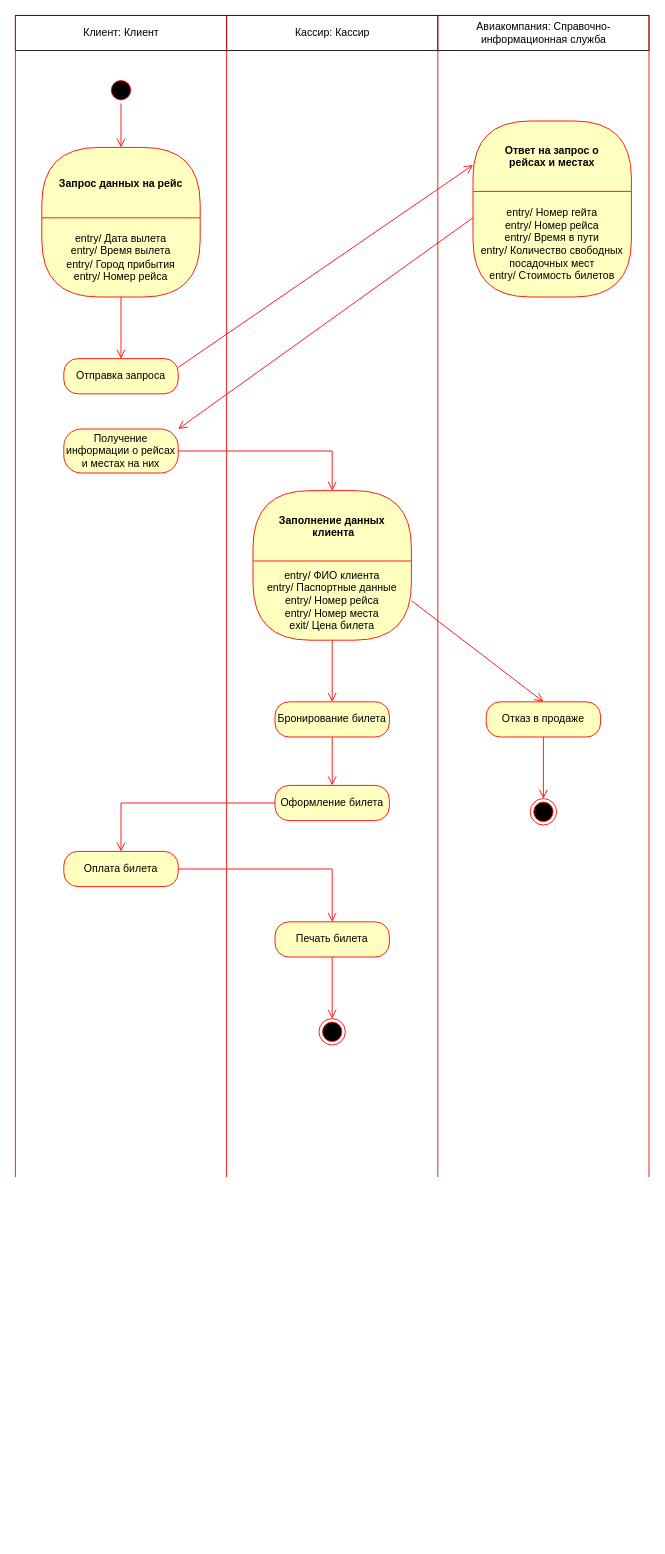
Above: page "Бд 6(не готово)" (17 of 21) of IKBO-11-20_Kuzin.drawio in Rattokun/ModelRep (draw.io), before the change. Source tidied: cells renumbered, new cells numbered last; positions are measured from the earlier drawing's top-left corner, leaving out a move shared by most shapes. Both pictures are drawn from the tidied source at 88%, with x=0, y=0 at pixel (15, 15).
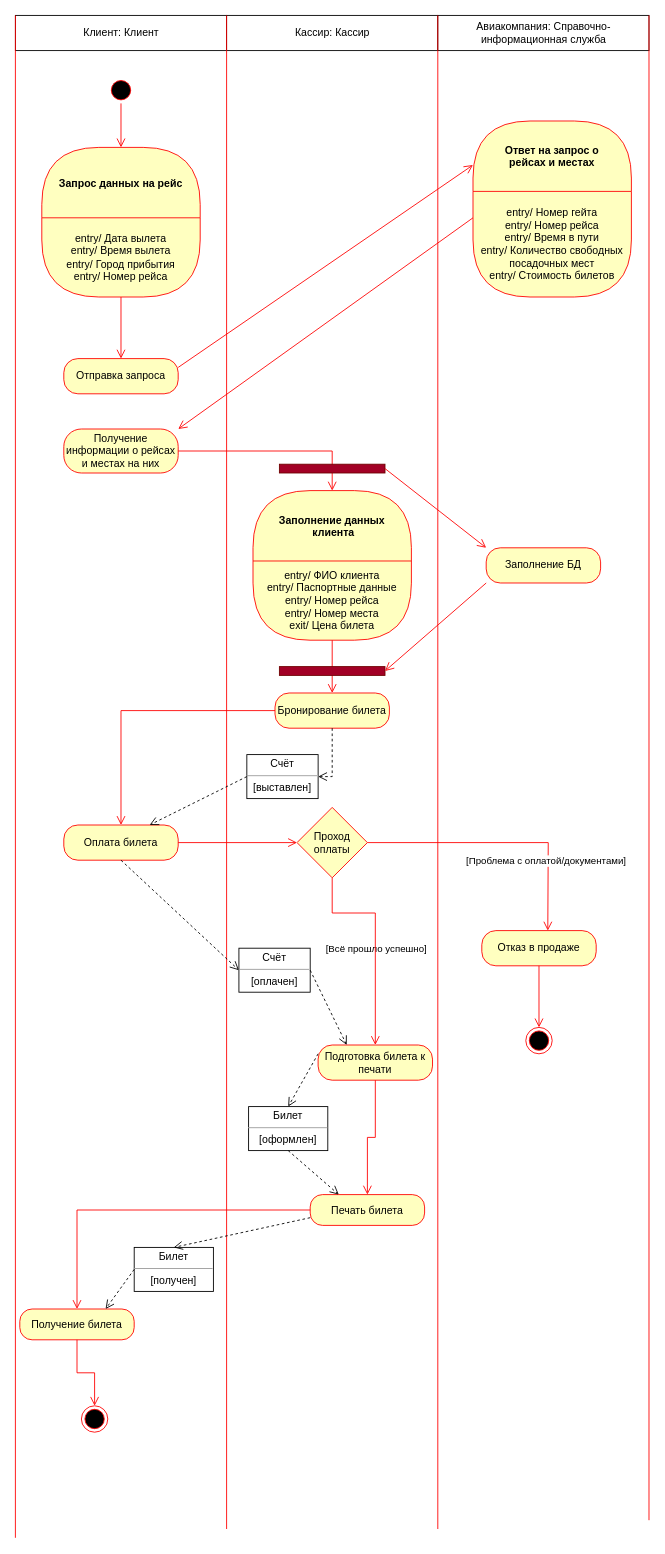
The same page after the edit.

Unchanged cells that the change refers to:
```xml
<mxCell id="18" value="entry/ ФИО клиента&lt;br&gt;entry/ Паспортные данные&lt;br&gt;entry/ Номер рейса&lt;br&gt;entry/ Номер места&lt;br&gt;exit/ Цена билета" style="text;html=1;strokeColor=none;fillColor=none;align=center;verticalAlign=middle;spacingLeft=4;spacingRight=4;whiteSpace=wrap;overflow=hidden;fontColor=#000000;" parent="17" vertex="1">
  <mxGeometry y="80" width="180" height="90" as="geometry" />
</mxCell>
<mxCell id="30" style="html=1;verticalAlign=bottom;endArrow=open;endSize=8;strokeColor=#ff0000;rounded=0;entryX=0.5;entryY=0;entryDx=0;entryDy=0;exitX=0.5;exitY=1;exitDx=0;exitDy=0;" parent="1" edge="1" source="18" target="19">
  <mxGeometry relative="1" as="geometry" />
</mxCell>
```

Change to the diagram source:
```diff
@@
     <mxCell id="5" style="endArrow=none;html=1;rounded=0;strokeColor=#FF0000;" parent="1" edge="1">
       <mxGeometry relative="1" as="geometry">
-        <mxPoint x="720" y="1320" as="sourcePoint" />
+        <mxPoint x="720" y="1710" as="sourcePoint" />
         <mxPoint x="720" as="targetPoint" />
       </mxGeometry>
     </mxCell>
     <mxCell id="6" style="endArrow=none;html=1;rounded=0;strokeColor=#FF0000;" parent="1" edge="1">
       <mxGeometry relative="1" as="geometry">
-        <mxPoint x="480" y="1320" as="sourcePoint" />
+        <mxPoint x="480" y="1720" as="sourcePoint" />
         <mxPoint x="480" as="targetPoint" />
       </mxGeometry>
     </mxCell>
     <mxCell id="7" style="endArrow=none;html=1;rounded=0;strokeColor=#FF0000;" parent="1" edge="1">
       <mxGeometry relative="1" as="geometry">
-        <mxPoint y="1320" as="sourcePoint" />
+        <mxPoint y="1730" as="sourcePoint" />
         <mxPoint as="targetPoint" />
       </mxGeometry>
     </mxCell>
     <mxCell id="8" style="endArrow=none;html=1;rounded=0;strokeColor=#FF0000;" parent="1" edge="1">
       <mxGeometry relative="1" as="geometry">
-        <mxPoint x="240" y="1320" as="sourcePoint" />
+        <mxPoint x="240" y="1720" as="sourcePoint" />
         <mxPoint x="240" as="targetPoint" />
       </mxGeometry>
     </mxCell>
@@
     <mxCell id="19" value="Бронирование билета" style="rounded=1;whiteSpace=wrap;html=1;arcSize=40;fontColor=#000000;fillColor=#ffffc0;strokeColor=#ff0000;" parent="1" vertex="1">
-      <mxGeometry x="295" y="780" width="130" height="40" as="geometry" />
+      <mxGeometry x="295" y="770" width="130" height="40" as="geometry" />
     </mxCell>
-    <mxCell id="20" value="Оформление билета" style="rounded=1;whiteSpace=wrap;html=1;arcSize=40;fontColor=#000000;fillColor=#ffffc0;strokeColor=#ff0000;" parent="1" vertex="1">
-      <mxGeometry x="295" y="875" width="130" height="40" as="geometry" />
+    <mxCell id="20" value="Подготовка билета к печати" style="rounded=1;whiteSpace=wrap;html=1;arcSize=40;fontColor=#000000;fillColor=#ffffc0;strokeColor=#ff0000;" parent="1" vertex="1">
+      <mxGeometry x="344" y="1170" width="130" height="40" as="geometry" />
     </mxCell>
     <mxCell id="21" value="Оплата билета" style="rounded=1;whiteSpace=wrap;html=1;arcSize=40;fontColor=#000000;fillColor=#ffffc0;strokeColor=#ff0000;" parent="1" vertex="1">
-      <mxGeometry x="55" y="950" width="130" height="40" as="geometry" />
+      <mxGeometry x="55" y="920" width="130" height="40" as="geometry" />
     </mxCell>
     <mxCell id="22" value="Печать билета" style="rounded=1;whiteSpace=wrap;html=1;arcSize=40;fontColor=#000000;fillColor=#ffffc0;strokeColor=#ff0000;" parent="1" vertex="1">
-      <mxGeometry x="295" y="1030" width="130" height="40" as="geometry" />
+      <mxGeometry x="335" y="1340" width="130" height="35" as="geometry" />
     </mxCell>
     <mxCell id="23" value="Отказ в продаже" style="rounded=1;whiteSpace=wrap;html=1;arcSize=40;fontColor=#000000;fillColor=#ffffc0;strokeColor=#ff0000;" parent="1" vertex="1">
-      <mxGeometry x="535" y="780" width="130" height="40" as="geometry" />
+      <mxGeometry x="530" y="1040" width="130" height="40" as="geometry" />
     </mxCell>
     <mxCell id="24" style="ellipse;html=1;shape=endState;fillColor=#000000;strokeColor=#ff0000;" parent="1" vertex="1">
-      <mxGeometry x="345" y="1140" width="30" height="30" as="geometry" />
+      <mxGeometry x="75" y="1580" width="30" height="30" as="geometry" />
     </mxCell>
     <mxCell id="25" style="ellipse;html=1;shape=endState;fillColor=#000000;strokeColor=#ff0000;" parent="1" vertex="1">
-      <mxGeometry x="585" y="890" width="30" height="30" as="geometry" />
+      <mxGeometry x="580" y="1150" width="30" height="30" as="geometry" />
     </mxCell>
@@
+    <mxCell id="37" value="[Всё прошло успешно]" style="edgeLabel;html=1;align=center;verticalAlign=middle;" parent="30" vertex="1">
+      <mxGeometry x="0.73" y="-2" relative="1" as="geometry">
+        <mxPoint x="51" y="298" as="offset" />
+      </mxGeometry>
+    </mxCell>
-    <mxCell id="31" style="html=1;verticalAlign=bottom;endArrow=open;endSize=8;strokeColor=#ff0000;rounded=0;entryX=0.5;entryY=0;entryDx=0;entryDy=0;exitX=1;exitY=0.5;exitDx=0;exitDy=0;" parent="1" edge="1" source="18" target="23">
-      <mxGeometry relative="1" as="geometry" />
+    <mxCell id="31" style="html=1;verticalAlign=bottom;endArrow=open;endSize=8;strokeColor=#ff0000;rounded=0;entryX=0.5;entryY=0;entryDx=0;entryDy=0;exitX=1;exitY=0.5;exitDx=0;exitDy=0;edgeStyle=orthogonalEdgeStyle;" parent="1" edge="1" source="45">
+      <mxGeometry relative="1" as="geometry">
+        <mxPoint x="605" y="1040" as="targetPoint" />
+      </mxGeometry>
     </mxCell>
+    <mxCell id="38" value="[Проблема с оплатой/документами]" style="edgeLabel;html=1;align=center;verticalAlign=middle;" parent="31" vertex="1">
+      <mxGeometry x="-0.14" relative="1" as="geometry">
+        <mxPoint x="71" y="20" as="offset" />
+      </mxGeometry>
+    </mxCell>
@@
-    <mxCell id="33" style="html=1;verticalAlign=bottom;endArrow=open;endSize=8;strokeColor=#ff0000;rounded=0;entryX=0.5;entryY=0;entryDx=0;entryDy=0;exitX=0.5;exitY=1;exitDx=0;exitDy=0;" parent="1" edge="1" source="19" target="20">
-      <mxGeometry relative="1" as="geometry" />
+    <mxCell id="33" style="html=1;verticalAlign=bottom;endArrow=open;endSize=8;strokeColor=#ff0000;rounded=0;entryX=0.5;entryY=0;entryDx=0;entryDy=0;exitX=0.5;exitY=1;exitDx=0;exitDy=0;startArrow=none;edgeStyle=orthogonalEdgeStyle;" parent="1" edge="1" source="45" target="20">
+      <mxGeometry relative="1" as="geometry">
+        <Array as="points">
+          <mxPoint x="409" y="1020" />
+        </Array>
+      </mxGeometry>
     </mxCell>
-    <mxCell id="34" style="html=1;verticalAlign=bottom;endArrow=open;endSize=8;strokeColor=#ff0000;rounded=0;entryX=0.5;entryY=0;entryDx=0;entryDy=0;exitX=0;exitY=0.5;exitDx=0;exitDy=0;edgeStyle=orthogonalEdgeStyle;" parent="1" edge="1" source="20" target="21">
-      <mxGeometry relative="1" as="geometry" />
-    </mxCell>
-    <mxCell id="35" style="html=1;verticalAlign=bottom;endArrow=open;endSize=8;strokeColor=#ff0000;rounded=0;entryX=0.5;entryY=0;entryDx=0;entryDy=0;exitX=1;exitY=0.5;exitDx=0;exitDy=0;edgeStyle=orthogonalEdgeStyle;" parent="1" edge="1" source="21" target="22">
+    <mxCell id="35" style="html=1;verticalAlign=bottom;endArrow=open;endSize=8;strokeColor=#ff0000;rounded=0;entryX=0.5;entryY=0;entryDx=0;entryDy=0;edgeStyle=orthogonalEdgeStyle;" parent="1" edge="1" source="20" target="22">
       <mxGeometry relative="1" as="geometry" />
     </mxCell>
-    <mxCell id="36" style="html=1;verticalAlign=bottom;endArrow=open;endSize=8;strokeColor=#ff0000;rounded=0;entryX=0.5;entryY=0;entryDx=0;entryDy=0;exitX=0.5;exitY=1;exitDx=0;exitDy=0;" parent="1" edge="1" source="22" target="24">
+    <mxCell id="36" style="html=1;verticalAlign=bottom;endArrow=open;endSize=8;strokeColor=#ff0000;rounded=0;entryX=0.5;entryY=0;entryDx=0;entryDy=0;exitX=0;exitY=0.5;exitDx=0;exitDy=0;edgeStyle=orthogonalEdgeStyle;" parent="1" edge="1" source="22" target="56">
       <mxGeometry relative="1" as="geometry" />
     </mxCell>
+    <mxCell id="39" style="rounded=0;whiteSpace=wrap;html=1;fillColor=#a20025;fontColor=#ffffff;strokeColor=#6F0000;" parent="1" vertex="1">
+      <mxGeometry x="300" y="510" width="120" height="10" as="geometry" />
+    </mxCell>
+    <mxCell id="40" style="rounded=0;whiteSpace=wrap;html=1;fillColor=#a20025;fontColor=#ffffff;strokeColor=#6F0000;" parent="1" vertex="1">
+      <mxGeometry x="300" y="740" width="120" height="10" as="geometry" />
+    </mxCell>
+    <mxCell id="41" value="Заполнение БД" style="rounded=1;whiteSpace=wrap;html=1;arcSize=40;fontColor=#000000;fillColor=#ffffc0;strokeColor=#ff0000;" parent="1" vertex="1">
+      <mxGeometry x="535" y="605" width="130" height="40" as="geometry" />
+    </mxCell>
+    <mxCell id="42" style="html=1;verticalAlign=bottom;endArrow=open;endSize=8;strokeColor=#ff0000;rounded=0;entryX=0;entryY=0;entryDx=0;entryDy=0;exitX=1;exitY=0.5;exitDx=0;exitDy=0;" parent="1" edge="1" source="39" target="41">
+      <mxGeometry relative="1" as="geometry" />
+    </mxCell>
+    <mxCell id="43" style="html=1;verticalAlign=bottom;endArrow=open;endSize=8;strokeColor=#ff0000;rounded=0;entryX=1;entryY=0.5;entryDx=0;entryDy=0;exitX=0;exitY=1;exitDx=0;exitDy=0;" parent="1" edge="1" source="41" target="40">
+      <mxGeometry relative="1" as="geometry" />
+    </mxCell>
+    <mxCell id="44" value="&lt;p style=&quot;margin:0px;margin-top:4px;text-align:center;&quot;&gt;Билет&lt;/p&gt;&lt;hr size=&quot;1&quot;&gt;&lt;div style=&quot;text-align: center; height: 2px;&quot;&gt;[оформлен]&lt;/div&gt;" style="verticalAlign=top;align=left;overflow=fill;fontSize=12;fontFamily=Helvetica;html=1;" parent="1" vertex="1">
+      <mxGeometry x="265" y="1240" width="90" height="50" as="geometry" />
+    </mxCell>
+    <mxCell id="45" value="Проход&lt;br&gt;оплаты" style="rhombus;whiteSpace=wrap;html=1;fillColor=#ffffc0;strokeColor=#ff0000;" parent="1" vertex="1">
+      <mxGeometry x="320" y="900" width="80" height="80" as="geometry" />
+    </mxCell>
+    <mxCell id="46" style="html=1;verticalAlign=bottom;endArrow=open;endSize=8;strokeColor=#ff0000;rounded=0;entryX=0.5;entryY=0;entryDx=0;entryDy=0;exitX=0;exitY=0.5;exitDx=0;exitDy=0;edgeStyle=orthogonalEdgeStyle;" parent="1" edge="1" source="19" target="21">
+      <mxGeometry relative="1" as="geometry" />
+    </mxCell>
+    <mxCell id="47" style="html=1;verticalAlign=bottom;endArrow=open;endSize=8;strokeColor=#ff0000;rounded=0;entryX=0;entryY=0.5;entryDx=0;entryDy=0;exitX=1;exitY=0.5;exitDx=0;exitDy=0;edgeStyle=orthogonalEdgeStyle;" parent="1" edge="1" source="21" target="45">
+      <mxGeometry relative="1" as="geometry" />
+    </mxCell>
+    <mxCell id="48" value="&lt;p style=&quot;margin:0px;margin-top:4px;text-align:center;&quot;&gt;Счёт&lt;/p&gt;&lt;hr size=&quot;1&quot;&gt;&lt;div style=&quot;text-align: center; height: 2px;&quot;&gt;[оплачен]&lt;/div&gt;" style="verticalAlign=top;align=left;overflow=fill;fontSize=12;fontFamily=Helvetica;html=1;" parent="1" vertex="1">
+      <mxGeometry x="254" y="1060" width="81" height="50" as="geometry" />
+    </mxCell>
+    <mxCell id="49" style="html=1;verticalAlign=bottom;endArrow=open;dashed=1;endSize=8;rounded=0;exitX=0;exitY=0.25;exitDx=0;exitDy=0;entryX=0.5;entryY=0;entryDx=0;entryDy=0;" parent="1" edge="1" source="20" target="44">
+      <mxGeometry relative="1" as="geometry" />
+    </mxCell>
+    <mxCell id="50" style="html=1;verticalAlign=bottom;endArrow=open;dashed=1;endSize=8;rounded=0;exitX=0.5;exitY=1;exitDx=0;exitDy=0;entryX=0.25;entryY=0;entryDx=0;entryDy=0;" parent="1" edge="1" source="44" target="22">
+      <mxGeometry relative="1" as="geometry" />
+    </mxCell>
+    <mxCell id="51" style="html=1;verticalAlign=bottom;endArrow=open;dashed=1;endSize=8;rounded=0;exitX=0.5;exitY=1;exitDx=0;exitDy=0;entryX=0;entryY=0.5;entryDx=0;entryDy=0;" parent="1" edge="1" source="21" target="48">
+      <mxGeometry relative="1" as="geometry" />
+    </mxCell>
+    <mxCell id="52" style="html=1;verticalAlign=bottom;endArrow=open;dashed=1;endSize=8;rounded=0;exitX=1;exitY=0.5;exitDx=0;exitDy=0;entryX=0.25;entryY=0;entryDx=0;entryDy=0;" parent="1" edge="1" source="48" target="20">
+      <mxGeometry relative="1" as="geometry" />
+    </mxCell>
+    <mxCell id="53" value="&lt;p style=&quot;margin:0px;margin-top:4px;text-align:center;&quot;&gt;Счёт&lt;/p&gt;&lt;hr size=&quot;1&quot;&gt;&lt;div style=&quot;text-align: center; height: 2px;&quot;&gt;[выставлен]&lt;/div&gt;" style="verticalAlign=top;align=left;overflow=fill;fontSize=12;fontFamily=Helvetica;html=1;" parent="1" vertex="1">
+      <mxGeometry x="263" y="840" width="81" height="50" as="geometry" />
+    </mxCell>
+    <mxCell id="54" style="html=1;verticalAlign=bottom;endArrow=open;dashed=1;endSize=8;rounded=0;exitX=0.5;exitY=1;exitDx=0;exitDy=0;entryX=1;entryY=0.5;entryDx=0;entryDy=0;edgeStyle=orthogonalEdgeStyle;" parent="1" edge="1" source="19" target="53">
+      <mxGeometry relative="1" as="geometry" />
+    </mxCell>
+    <mxCell id="55" style="html=1;verticalAlign=bottom;endArrow=open;dashed=1;endSize=8;rounded=0;entryX=0.75;entryY=0;entryDx=0;entryDy=0;exitX=0;exitY=0.5;exitDx=0;exitDy=0;" parent="1" edge="1" source="53" target="21">
+      <mxGeometry relative="1" as="geometry" />
+    </mxCell>
+    <mxCell id="56" value="Получение билета" style="rounded=1;whiteSpace=wrap;html=1;arcSize=40;fontColor=#000000;fillColor=#ffffc0;strokeColor=#ff0000;" parent="1" vertex="1">
+      <mxGeometry x="5" y="1470" width="130" height="35" as="geometry" />
+    </mxCell>
+    <mxCell id="57" value="&lt;p style=&quot;margin:0px;margin-top:4px;text-align:center;&quot;&gt;Билет&lt;/p&gt;&lt;hr size=&quot;1&quot;&gt;&lt;div style=&quot;text-align: center; height: 2px;&quot;&gt;[получен]&lt;/div&gt;" style="verticalAlign=top;align=left;overflow=fill;fontSize=12;fontFamily=Helvetica;html=1;" parent="1" vertex="1">
+      <mxGeometry x="135" y="1400" width="90" height="50" as="geometry" />
+    </mxCell>
+    <mxCell id="58" style="html=1;verticalAlign=bottom;endArrow=open;dashed=1;endSize=8;rounded=0;exitX=0;exitY=0.75;exitDx=0;exitDy=0;entryX=0.5;entryY=0;entryDx=0;entryDy=0;" parent="1" edge="1" source="22" target="57">
+      <mxGeometry relative="1" as="geometry" />
+    </mxCell>
+    <mxCell id="59" style="html=1;verticalAlign=bottom;endArrow=open;dashed=1;endSize=8;rounded=0;exitX=0;exitY=0.5;exitDx=0;exitDy=0;entryX=0.75;entryY=0;entryDx=0;entryDy=0;" parent="1" edge="1" source="57" target="56">
+      <mxGeometry relative="1" as="geometry" />
+    </mxCell>
+    <mxCell id="60" style="html=1;verticalAlign=bottom;endArrow=open;endSize=8;strokeColor=#ff0000;rounded=0;entryX=0.5;entryY=0;entryDx=0;entryDy=0;edgeStyle=orthogonalEdgeStyle;exitX=0.5;exitY=1;exitDx=0;exitDy=0;" parent="1" edge="1" source="56" target="24">
+      <mxGeometry relative="1" as="geometry" />
+    </mxCell>
```
